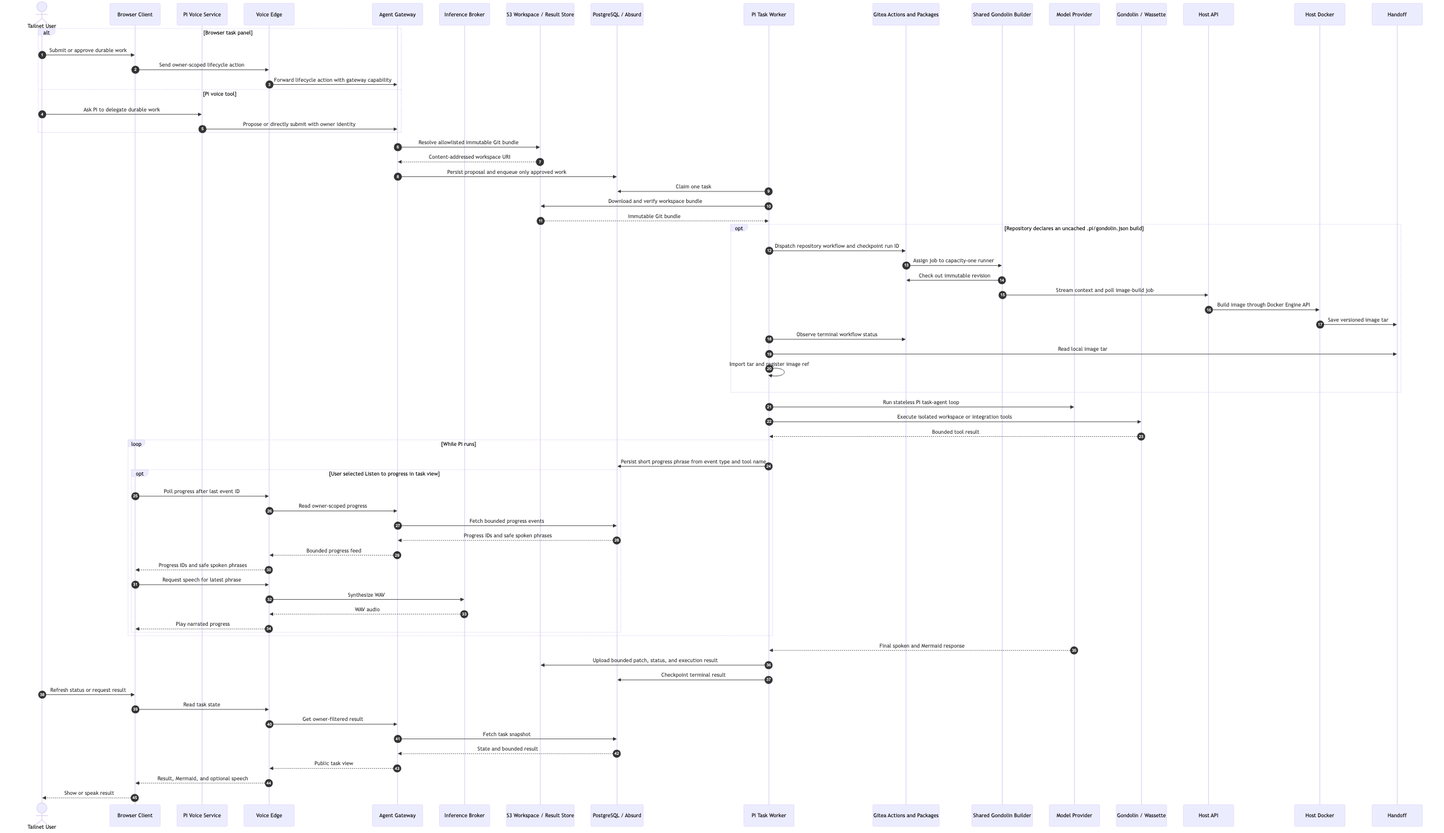
This is products/voice-agent/docs/architecture/d2-delegated-task.png from ragavsathish/agent-workload-platform, a Mermaid export, as it was before one commit. Its source is kept beside it as products/voice-agent/docs/architecture/d2-delegated-task.mmd.
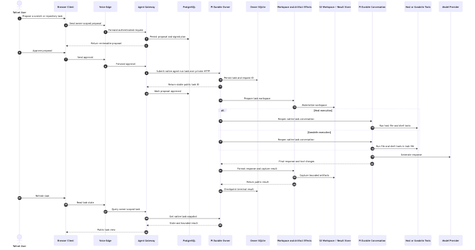
Later version of the same file.

Diff of the diagram source:
```diff
@@ -2,69 +2,47 @@
     autonumber
     actor User as Tailnet User
     participant Browser as Browser Client
-    participant Voice as Pi Voice Service
     participant Edge as Voice Edge
     participant Gateway as Agent Gateway
-    participant Broker as Inference Broker
+    participant DB as PostgreSQL
+    participant Owner as Pi Durable Owner
+    participant SQLite as Owner SQLite
+    participant Effects as Workspace and Artifact Effects
     participant Store as S3 Workspace / Result Store
-    participant Queue as PostgreSQL / Absurd
-    participant Worker as Pi Task Worker
-    participant Gitea as Gitea Actions and Packages
-    participant Builder as Shared Gondolin Builder
+    participant Pi as Pi Durable Conversation
+    participant Tools as Host or Gondolin Tools
     participant Model as Model Provider
-    participant Tools as Gondolin / Wassette
 
-    alt Browser task panel
-        User->>Browser: Submit or approve durable work
-        Browser->>Edge: Send owner-scoped lifecycle action
-        Edge->>Gateway: Forward lifecycle action with gateway capability
-    else Pi voice tool
-        User->>Voice: Ask Pi to delegate durable work
-        Voice->>Gateway: Propose or directly submit with owner identity
+    User->>Browser: Propose a scratch or repository task
+    Browser->>Edge: Send owner-scoped proposal
+    Edge->>Gateway: Forward authenticated request
+    Gateway->>DB: Persist proposal and signed plan
+    Gateway-->>Browser: Return reviewable proposal
+    User->>Browser: Approve proposal
+    Browser->>Edge: Send approval
+    Edge->>Gateway: Forward approval
+    Gateway->>Owner: Submit native agent-run task over private HTTP
+    Owner->>SQLite: Persist task and request ID
+    Owner-->>Gateway: Return stable public task ID
+    Gateway->>DB: Mark proposal approved
+    Owner->>Effects: Prepare task workspace
+    Effects->>Store: Materialize workspace
+    alt Host execution
+        Owner->>Pi: Reopen native task conversation
+        Pi->>Tools: Run host file and shell tools
+    else Gondolin execution
+        Owner->>Pi: Reopen native task conversation
+        Pi->>Tools: Run file and shell tools in task VM
     end
-    Gateway->>Store: Resolve allowlisted immutable Git bundle
-    Store-->>Gateway: Content-addressed workspace URI
-    Gateway->>Queue: Persist proposal and enqueue only approved work
-    Worker->>Queue: Claim one task
-    Worker->>Store: Download and verify workspace bundle
-    Store-->>Worker: Immutable Git bundle
-    opt Repository declares an uncached .pi/gondolin.json build
-        Worker->>Gitea: Dispatch repository workflow and checkpoint run ID
-        Gitea->>Builder: Assign job to capacity-one runner
-        Builder->>Gitea: Check out immutable revision
-        Builder->>Host API: Stream context and poll image-build job
-        Host API->>Host Docker: Build image through Docker Engine API
-        Host Docker->>Handoff: Save versioned image tar
-        Worker->>Gitea: Observe terminal workflow status
-        Worker->>Handoff: Read local image tar
-        Worker->>Worker: Import tar and register image ref
-    end
-    Worker->>Model: Run stateless Pi task-agent loop
-    Worker->>Tools: Execute isolated workspace or integration tools
-    Tools-->>Worker: Bounded tool result
-    loop While Pi runs
-        Worker->>Queue: Persist short progress phrase from event type and tool name
-        opt User selected Listen to progress in task view
-            Browser->>Edge: Poll progress after last event ID
-            Edge->>Gateway: Read owner-scoped progress
-            Gateway->>Queue: Fetch bounded progress events
-            Queue-->>Gateway: Progress IDs and safe spoken phrases
-            Gateway-->>Edge: Bounded progress feed
-            Edge-->>Browser: Progress IDs and safe spoken phrases
-            Browser->>Edge: Request speech for latest phrase
-            Edge->>Broker: Synthesize WAV
-            Broker-->>Edge: WAV audio
-            Edge-->>Browser: Play narrated progress
-        end
-    end
-    Model-->>Worker: Final spoken and Mermaid response
-    Worker->>Store: Upload bounded patch, status, and execution result
-    Worker->>Queue: Checkpoint terminal result
-    User->>Browser: Refresh status or request result
+    Pi->>Model: Generate response
+    Pi-->>Owner: Final response and tool changes
+    Owner->>Effects: Format response and capture result
+    Effects->>Store: Capture bounded artifacts
+    Effects-->>Owner: Return public result
+    Owner->>SQLite: Checkpoint terminal result
+    User->>Browser: Refresh task
     Browser->>Edge: Read task state
-    Edge->>Gateway: Get owner-filtered result
-    Gateway->>Queue: Fetch task snapshot
-    Queue-->>Gateway: State and bounded result
-    Gateway-->>Edge: Public task view
-    Edge-->>Browser: Result, Mermaid, and optional speech
-    Browser-->>User: Show or speak result
+    Edge->>Gateway: Query owner-scoped task
+    Gateway->>Owner: Get native task snapshot
+    Owner-->>Gateway: State and bounded result
+    Gateway-->>Browser: Public task view
```
